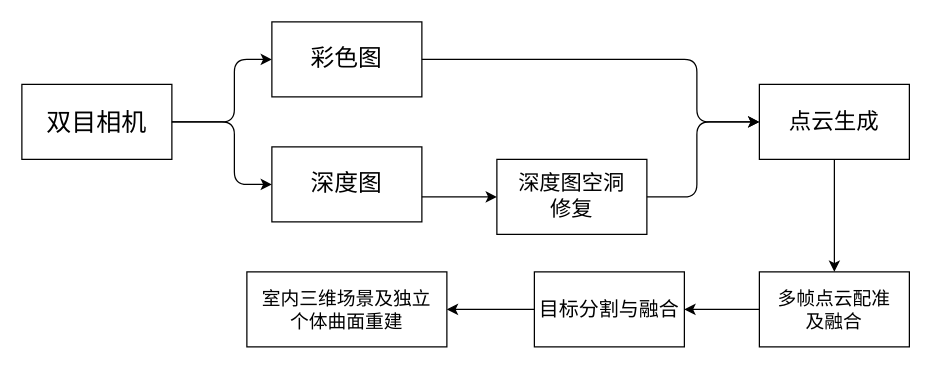
Above: zyc_deal.drawio in undinuanao/- (draw.io), before the change. Source tidied: cells renumbered, new cells numbered last; positions are measured from the earlier drawing's top-left corner, leaving out a move shared by most shapes. Both pictures are drawn from the tidied source at 125%, with x=0, y=0 at pixel (21, 21).
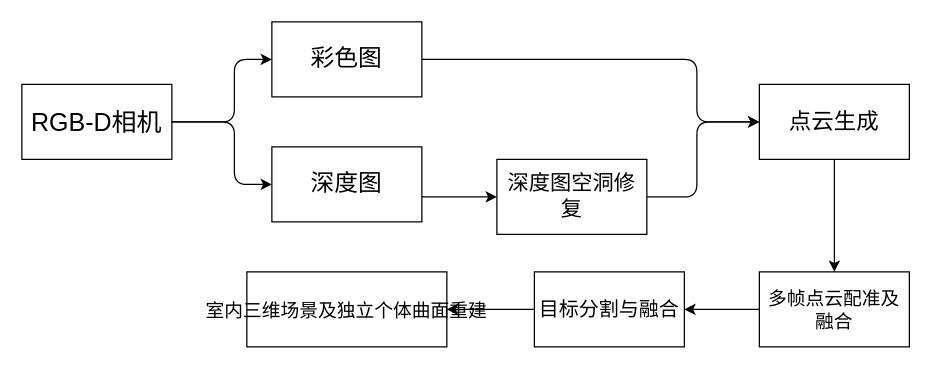
After the change.

What changed in the source:
```diff
@@
-    <mxCell id="2" value="双目相机" style="rounded=0;whiteSpace=wrap;fontSize=20;" parent="1" vertex="1">
+    <mxCell id="2" value="RGB-D相机" style="rounded=0;whiteSpace=wrap;fontSize=20;" parent="1" vertex="1">
       <mxGeometry y="50" width="120" height="60" as="geometry" />
     </mxCell>
@@
-    <mxCell id="7" value="深度图空洞&#10;修复" style="rounded=0;whiteSpace=wrap;fontSize=17;" parent="1" vertex="1">
+    <mxCell id="7" value="深度图空洞修复" style="rounded=0;whiteSpace=wrap;fontSize=17;" parent="1" vertex="1">
       <mxGeometry x="380" y="110" width="120" height="60" as="geometry" />
     </mxCell>
@@
-    <mxCell id="12" value="多帧点云配准&#10;及融合" style="rounded=0;whiteSpace=wrap;fontSize=15;" parent="1" vertex="1">
+    <mxCell id="12" value="多帧点云配准及融合" style="rounded=0;whiteSpace=wrap;fontSize=15;" parent="1" vertex="1">
       <mxGeometry x="590" y="200" width="120" height="60" as="geometry" />
     </mxCell>
@@
-    <mxCell id="16" value="室内三维场景及独立&#10;个体曲面重建" style="rounded=0;whiteSpace=wrap;fontSize=15;" parent="1" vertex="1">
+    <mxCell id="16" value="室内三维场景及独立个体曲面重建" style="rounded=0;fontSize=15;" parent="1" vertex="1">
       <mxGeometry x="180" y="200" width="160" height="60" as="geometry" />
     </mxCell>
```
